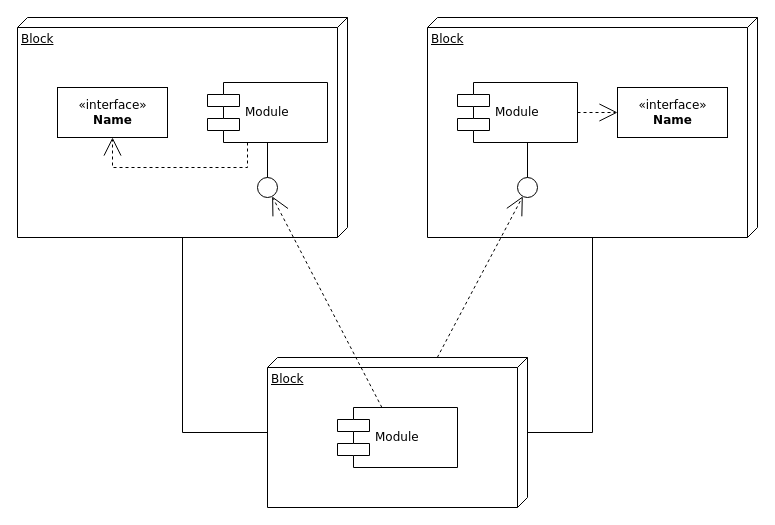
Above: IS-Proveneet-Components.drawio in NeutronBlast/IS-Ex (draw.io), before the change. Source tidied: cells renumbered, new cells numbered last; positions are measured from the earlier drawing's top-left corner, leaving out a move shared by most shapes. Both pictures are drawn from the tidied source at 100%, with x=0, y=0 at pixel (17, 17).
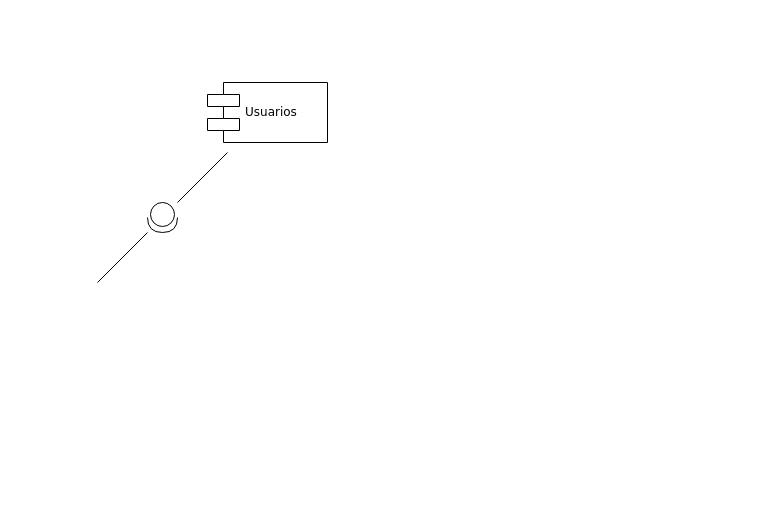
The same page after the edit.

Diff of the diagram source:
```diff
@@
-    <mxCell id="2" value="Block" style="verticalAlign=top;align=left;spacingTop=8;spacingLeft=2;spacingRight=12;shape=cube;size=10;direction=south;fontStyle=4;html=1;rounded=0;shadow=0;comic=0;labelBackgroundColor=none;strokeColor=#000000;strokeWidth=1;fillColor=#ffffff;fontFamily=Verdana;fontSize=12;fontColor=#000000;" parent="1" vertex="1">
-      <mxGeometry width="330" height="220" as="geometry" />
-    </mxCell>
-    <mxCell id="3" value="Block" style="verticalAlign=top;align=left;spacingTop=8;spacingLeft=2;spacingRight=12;shape=cube;size=10;direction=south;fontStyle=4;html=1;rounded=0;shadow=0;comic=0;labelBackgroundColor=none;strokeColor=#000000;strokeWidth=1;fillColor=#ffffff;fontFamily=Verdana;fontSize=12;fontColor=#000000;" parent="1" vertex="1">
-      <mxGeometry x="410" width="330" height="220" as="geometry" />
-    </mxCell>
-    <mxCell id="4" value="Block" style="verticalAlign=top;align=left;spacingTop=8;spacingLeft=2;spacingRight=12;shape=cube;size=10;direction=south;fontStyle=4;html=1;rounded=0;shadow=0;comic=0;labelBackgroundColor=none;strokeColor=#000000;strokeWidth=1;fillColor=#ffffff;fontFamily=Verdana;fontSize=12;fontColor=#000000;" parent="1" vertex="1">
-      <mxGeometry x="250" y="340" width="260" height="150" as="geometry" />
-    </mxCell>
-    <mxCell id="5" value="&amp;laquo;interface&amp;raquo;&lt;br&gt;&lt;b&gt;Name&lt;/b&gt;" style="html=1;rounded=0;shadow=0;comic=0;labelBackgroundColor=none;strokeColor=#000000;strokeWidth=1;fillColor=#ffffff;fontFamily=Verdana;fontSize=12;fontColor=#000000;align=center;" parent="1" vertex="1">
-      <mxGeometry x="40" y="70" width="110" height="50" as="geometry" />
-    </mxCell>
-    <mxCell id="6" value="Module" style="shape=component;align=left;spacingLeft=36;rounded=0;shadow=0;comic=0;labelBackgroundColor=none;strokeColor=#000000;strokeWidth=1;fillColor=#ffffff;fontFamily=Verdana;fontSize=12;fontColor=#000000;html=1;" parent="1" vertex="1">
+    <mxCell id="6" value="Usuarios" style="shape=component;align=left;spacingLeft=36;rounded=0;shadow=0;comic=0;labelBackgroundColor=none;strokeColor=#000000;strokeWidth=1;fillColor=#ffffff;fontFamily=Verdana;fontSize=12;fontColor=#000000;html=1;" parent="1" vertex="1">
       <mxGeometry x="190" y="65" width="120" height="60" as="geometry" />
     </mxCell>
-    <mxCell id="7" style="ellipse;whiteSpace=wrap;html=1;rounded=0;shadow=0;comic=0;labelBackgroundColor=none;strokeColor=#000000;strokeWidth=1;fillColor=#ffffff;fontFamily=Verdana;fontSize=12;fontColor=#000000;align=center;" parent="1" vertex="1">
-      <mxGeometry x="240" y="160" width="20" height="20" as="geometry" />
-    </mxCell>
-    <mxCell id="8" value="Module" style="shape=component;align=left;spacingLeft=36;rounded=0;shadow=0;comic=0;labelBackgroundColor=none;strokeColor=#000000;strokeWidth=1;fillColor=#ffffff;fontFamily=Verdana;fontSize=12;fontColor=#000000;html=1;" parent="1" vertex="1">
-      <mxGeometry x="440" y="65" width="120" height="60" as="geometry" />
-    </mxCell>
-    <mxCell id="9" value="&amp;laquo;interface&amp;raquo;&lt;br&gt;&lt;b&gt;Name&lt;/b&gt;" style="html=1;rounded=0;shadow=0;comic=0;labelBackgroundColor=none;strokeColor=#000000;strokeWidth=1;fillColor=#ffffff;fontFamily=Verdana;fontSize=12;fontColor=#000000;align=center;" parent="1" vertex="1">
-      <mxGeometry x="600" y="70" width="110" height="50" as="geometry" />
-    </mxCell>
-    <mxCell id="10" style="ellipse;whiteSpace=wrap;html=1;rounded=0;shadow=0;comic=0;labelBackgroundColor=none;strokeColor=#000000;strokeWidth=1;fillColor=#ffffff;fontFamily=Verdana;fontSize=12;fontColor=#000000;align=center;" parent="1" vertex="1">
-      <mxGeometry x="500" y="160" width="20" height="20" as="geometry" />
-    </mxCell>
-    <mxCell id="11" value="Module" style="shape=component;align=left;spacingLeft=36;rounded=0;shadow=0;comic=0;labelBackgroundColor=none;strokeColor=#000000;strokeWidth=1;fillColor=#ffffff;fontFamily=Verdana;fontSize=12;fontColor=#000000;html=1;" parent="1" vertex="1">
-      <mxGeometry x="320" y="390" width="120" height="60" as="geometry" />
-    </mxCell>
-    <mxCell id="12" style="edgeStyle=none;rounded=0;html=1;dashed=1;labelBackgroundColor=none;startArrow=none;startFill=0;startSize=8;endArrow=open;endFill=0;endSize=16;fontFamily=Verdana;fontSize=12;" parent="1" edge="1" source="11" target="7">
-      <mxGeometry relative="1" as="geometry" />
-    </mxCell>
-    <mxCell id="13" style="edgeStyle=none;rounded=0;html=1;dashed=1;labelBackgroundColor=none;startArrow=none;startFill=0;startSize=8;endArrow=open;endFill=0;endSize=16;fontFamily=Verdana;fontSize=12;" parent="1" edge="1" source="4" target="10">
-      <mxGeometry relative="1" as="geometry" />
-    </mxCell>
-    <mxCell id="14" style="edgeStyle=elbowEdgeStyle;rounded=0;html=1;labelBackgroundColor=none;startArrow=none;startFill=0;startSize=8;endArrow=none;endFill=0;endSize=16;fontFamily=Verdana;fontSize=12;" parent="1" edge="1" source="10" target="8">
-      <mxGeometry relative="1" as="geometry" />
-    </mxCell>
-    <mxCell id="15" style="edgeStyle=elbowEdgeStyle;rounded=0;html=1;labelBackgroundColor=none;startArrow=none;startFill=0;startSize=8;endArrow=none;endFill=0;endSize=16;fontFamily=Verdana;fontSize=12;" parent="1" edge="1" source="7" target="6">
-      <mxGeometry relative="1" as="geometry" />
-    </mxCell>
-    <mxCell id="16" style="edgeStyle=orthogonalEdgeStyle;rounded=0;html=1;labelBackgroundColor=none;startArrow=none;startFill=0;startSize=8;endArrow=open;endFill=0;endSize=16;fontFamily=Verdana;fontSize=12;dashed=1;" parent="1" edge="1" source="6" target="5">
-      <mxGeometry relative="1" as="geometry">
-        <Array as="points">
-          <mxPoint x="230" y="150" />
-          <mxPoint x="95" y="150" />
-        </Array>
-      </mxGeometry>
-    </mxCell>
-    <mxCell id="17" style="edgeStyle=orthogonalEdgeStyle;rounded=0;html=1;dashed=1;labelBackgroundColor=none;startArrow=none;startFill=0;startSize=8;endArrow=open;endFill=0;endSize=16;fontFamily=Verdana;fontSize=12;" parent="1" edge="1" source="8" target="9">
-      <mxGeometry relative="1" as="geometry" />
-    </mxCell>
-    <mxCell id="18" style="edgeStyle=orthogonalEdgeStyle;rounded=0;html=1;labelBackgroundColor=none;startArrow=none;startFill=0;startSize=8;endArrow=none;endFill=0;endSize=16;fontFamily=Verdana;fontSize=12;" parent="1" edge="1" source="4" target="3">
-      <mxGeometry relative="1" as="geometry">
-        <Array as="points">
-          <mxPoint x="575" y="415" />
-        </Array>
-      </mxGeometry>
-    </mxCell>
-    <mxCell id="19" style="edgeStyle=orthogonalEdgeStyle;rounded=0;html=1;labelBackgroundColor=none;startArrow=none;startFill=0;startSize=8;endArrow=none;endFill=0;endSize=16;fontFamily=Verdana;fontSize=12;" parent="1" edge="1" source="4" target="2">
-      <mxGeometry relative="1" as="geometry">
-        <Array as="points">
-          <mxPoint x="165" y="415" />
-        </Array>
-      </mxGeometry>
-    </mxCell>
+    <mxCell id="20" style="endArrow=none;html=1;" parent="1" edge="1">
+      <mxGeometry relative="1" as="geometry">
+        <mxPoint x="160" y="185" as="sourcePoint" />
+        <mxPoint x="210" y="135" as="targetPoint" />
+      </mxGeometry>
+    </mxCell>
+    <mxCell id="21" style="shape=providedRequiredInterface;html=1;verticalLabelPosition=bottom;rotation=90;" parent="1" vertex="1">
+      <mxGeometry x="130" y="185" width="30" height="30" as="geometry" />
+    </mxCell>
+    <mxCell id="22" style="endArrow=none;html=1;" parent="1" edge="1">
+      <mxGeometry relative="1" as="geometry">
+        <mxPoint x="80" y="265" as="sourcePoint" />
+        <mxPoint x="130" y="215" as="targetPoint" />
+      </mxGeometry>
+    </mxCell>
```
